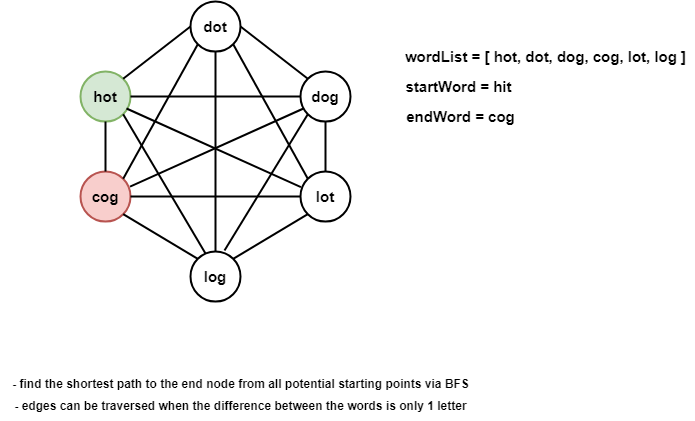
Earlier version of the draw.io export Python3/img/WordLadder.png (ashiven/leetcode-solutions). Source tidied: cells renumbered, new cells last; positions are measured from the earlier drawing's top-left corner, leaving out a move shared by most shapes.
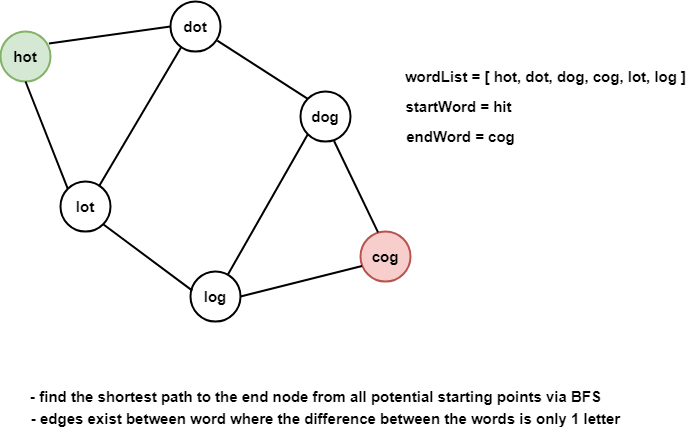
The same file after the commit.

The edit, as a diff of the source:
```diff
@@ -3,66 +3,45 @@
     <mxCell id="0" />
     <mxCell id="1" parent="0" />
     <mxCell id="2" value="hot" style="ellipse;whiteSpace=wrap;html=1;fillColor=#d5e8d4;fontSize=15;fontStyle=1;strokeWidth=2;strokeColor=#82b366;" parent="1" vertex="1">
-      <mxGeometry x="80" y="70" width="50" height="50" as="geometry" />
+      <mxGeometry y="10" width="50" height="50" as="geometry" />
     </mxCell>
     <mxCell id="3" value="dot" style="ellipse;whiteSpace=wrap;html=1;fillColor=none;fontSize=15;fontStyle=1;strokeWidth=2;" parent="1" vertex="1">
-      <mxGeometry x="190" width="50" height="50" as="geometry" />
+      <mxGeometry x="170" y="-20" width="50" height="50" as="geometry" />
     </mxCell>
     <mxCell id="4" value="lot" style="ellipse;whiteSpace=wrap;html=1;fillColor=none;fontSize=15;fontStyle=1;strokeWidth=2;" parent="1" vertex="1">
-      <mxGeometry x="300" y="170" width="50" height="50" as="geometry" />
+      <mxGeometry x="60" y="160" width="50" height="50" as="geometry" />
     </mxCell>
     <mxCell id="5" value="dog" style="ellipse;whiteSpace=wrap;html=1;fillColor=none;fontSize=15;fontStyle=1;strokeWidth=2;" parent="1" vertex="1">
       <mxGeometry x="300" y="70" width="50" height="50" as="geometry" />
     </mxCell>
     <mxCell id="6" value="cog" style="ellipse;whiteSpace=wrap;html=1;fillColor=#f8cecc;fontSize=15;fontStyle=1;strokeWidth=2;strokeColor=#b85450;" parent="1" vertex="1">
-      <mxGeometry x="80" y="170" width="50" height="50" as="geometry" />
+      <mxGeometry x="360" y="210" width="50" height="50" as="geometry" />
     </mxCell>
     <mxCell id="7" value="log" style="ellipse;whiteSpace=wrap;html=1;fillColor=none;fontSize=15;fontStyle=1;strokeWidth=2;" parent="1" vertex="1">
       <mxGeometry x="190" y="250" width="50" height="50" as="geometry" />
     </mxCell>
-    <mxCell id="8" style="endArrow=none;html=1;rounded=0;entryX=0.5;entryY=1;entryDx=0;entryDy=0;exitX=0.5;exitY=0;exitDx=0;exitDy=0;strokeWidth=2;" parent="1" edge="1" source="7" target="3">
-      <mxGeometry relative="1" as="geometry" />
-    </mxCell>
-    <mxCell id="9" style="endArrow=none;html=1;rounded=0;entryX=1;entryY=0.5;entryDx=0;entryDy=0;exitX=0;exitY=0;exitDx=0;exitDy=0;strokeWidth=2;" parent="1" edge="1" source="5" target="3">
+    <mxCell id="9" style="endArrow=none;html=1;rounded=0;entryX=0.936;entryY=0.784;entryDx=0;entryDy=0;exitX=0;exitY=0;exitDx=0;exitDy=0;strokeWidth=2;entryPerimeter=0;" parent="1" edge="1" source="5" target="3">
       <mxGeometry relative="1" as="geometry" />
     </mxCell>
-    <mxCell id="10" style="endArrow=none;html=1;rounded=0;entryX=1;entryY=1;entryDx=0;entryDy=0;exitX=0;exitY=0;exitDx=0;exitDy=0;strokeWidth=2;" parent="1" edge="1" source="4" target="3">
+    <mxCell id="10" style="endArrow=none;html=1;rounded=0;entryX=0.213;entryY=0.913;entryDx=0;entryDy=0;exitX=0.767;exitY=0.1;exitDx=0;exitDy=0;strokeWidth=2;entryPerimeter=0;exitPerimeter=0;" parent="1" edge="1" source="4" target="3">
       <mxGeometry relative="1" as="geometry" />
     </mxCell>
-    <mxCell id="11" style="endArrow=none;html=1;rounded=0;entryX=1;entryY=0;entryDx=0;entryDy=0;exitX=0;exitY=0.5;exitDx=0;exitDy=0;strokeWidth=2;" parent="1" edge="1" source="3" target="2">
+    <mxCell id="11" style="endArrow=none;html=1;rounded=0;entryX=0.968;entryY=0.24;entryDx=0;entryDy=0;exitX=0;exitY=0.5;exitDx=0;exitDy=0;strokeWidth=2;entryPerimeter=0;" parent="1" edge="1" source="3" target="2">
       <mxGeometry relative="1" as="geometry" />
     </mxCell>
-    <mxCell id="12" style="endArrow=none;html=1;rounded=0;entryX=0;entryY=1;entryDx=0;entryDy=0;exitX=1;exitY=0;exitDx=0;exitDy=0;strokeWidth=2;" parent="1" edge="1" source="6" target="3">
-      <mxGeometry relative="1" as="geometry" />
-    </mxCell>
-    <mxCell id="13" style="endArrow=none;html=1;rounded=0;entryX=0.5;entryY=1;entryDx=0;entryDy=0;exitX=0.5;exitY=0;exitDx=0;exitDy=0;strokeWidth=2;" parent="1" edge="1" source="4" target="5">
-      <mxGeometry relative="1" as="geometry" />
-    </mxCell>
-    <mxCell id="14" style="endArrow=none;html=1;rounded=0;entryX=0;entryY=1;entryDx=0;entryDy=0;exitX=1;exitY=0;exitDx=0;exitDy=0;strokeWidth=2;" parent="1" edge="1" source="7" target="4">
+    <mxCell id="14" style="endArrow=none;html=1;rounded=0;entryX=1;entryY=1;entryDx=0;entryDy=0;exitX=0.037;exitY=0.383;exitDx=0;exitDy=0;strokeWidth=2;exitPerimeter=0;" parent="1" edge="1" source="7" target="4">
       <mxGeometry relative="1" as="geometry" />
     </mxCell>
-    <mxCell id="15" style="endArrow=none;html=1;rounded=0;entryX=1;entryY=1;entryDx=0;entryDy=0;exitX=0;exitY=0;exitDx=0;exitDy=0;strokeWidth=2;" parent="1" edge="1" source="7" target="6">
+    <mxCell id="15" style="endArrow=none;html=1;rounded=0;entryX=0.031;entryY=0.691;entryDx=0;entryDy=0;exitX=1;exitY=0.5;exitDx=0;exitDy=0;strokeWidth=2;entryPerimeter=0;" parent="1" edge="1" source="7" target="6">
       <mxGeometry relative="1" as="geometry" />
     </mxCell>
-    <mxCell id="16" style="endArrow=none;html=1;rounded=0;entryX=0.5;entryY=1;entryDx=0;entryDy=0;exitX=0.5;exitY=0;exitDx=0;exitDy=0;strokeWidth=2;" parent="1" edge="1" source="6" target="2">
-      <mxGeometry relative="1" as="geometry" />
-    </mxCell>
-    <mxCell id="17" style="endArrow=none;html=1;rounded=0;entryX=1;entryY=0.5;entryDx=0;entryDy=0;exitX=0;exitY=0.5;exitDx=0;exitDy=0;strokeWidth=2;" parent="1" edge="1" source="5" target="2">
-      <mxGeometry relative="1" as="geometry" />
-    </mxCell>
-    <mxCell id="18" style="endArrow=none;html=1;rounded=0;entryX=0.92;entryY=0.74;entryDx=0;entryDy=0;exitX=0.009;exitY=0.314;exitDx=0;exitDy=0;strokeWidth=2;exitPerimeter=0;entryPerimeter=0;" parent="1" edge="1" source="4" target="2">
+    <mxCell id="18" style="endArrow=none;html=1;rounded=0;entryX=0.5;entryY=1;entryDx=0;entryDy=0;exitX=0;exitY=0;exitDx=0;exitDy=0;strokeWidth=2;" parent="1" edge="1" source="4" target="2">
       <mxGeometry relative="1" as="geometry" />
     </mxCell>
-    <mxCell id="19" style="endArrow=none;html=1;rounded=0;entryX=1;entryY=0.5;entryDx=0;entryDy=0;exitX=0;exitY=0.5;exitDx=0;exitDy=0;strokeWidth=2;" parent="1" edge="1" source="4" target="6">
-      <mxGeometry relative="1" as="geometry" />
-    </mxCell>
-    <mxCell id="20" style="endArrow=none;html=1;rounded=0;entryX=0.991;entryY=0.303;entryDx=0;entryDy=0;exitX=0.06;exitY=0.74;exitDx=0;exitDy=0;strokeWidth=2;entryPerimeter=0;exitPerimeter=0;" parent="1" edge="1" source="5" target="6">
+    <mxCell id="20" style="endArrow=none;html=1;rounded=0;entryX=0.351;entryY=0.017;entryDx=0;entryDy=0;exitX=0.671;exitY=0.989;exitDx=0;exitDy=0;strokeWidth=2;entryPerimeter=0;exitPerimeter=0;" parent="1" edge="1" source="5" target="6">
       <mxGeometry relative="1" as="geometry" />
     </mxCell>
-    <mxCell id="21" style="endArrow=none;html=1;rounded=0;entryX=1;entryY=1;entryDx=0;entryDy=0;exitX=0.3;exitY=0.04;exitDx=0;exitDy=0;strokeWidth=2;exitPerimeter=0;" parent="1" edge="1" source="7" target="2">
-      <mxGeometry relative="1" as="geometry" />
-    </mxCell>
-    <mxCell id="22" style="endArrow=none;html=1;rounded=0;entryX=0;entryY=1;entryDx=0;entryDy=0;exitX=0.68;exitY=-0.02;exitDx=0;exitDy=0;strokeWidth=2;exitPerimeter=0;" parent="1" edge="1" source="7" target="5">
+    <mxCell id="22" style="endArrow=none;html=1;rounded=0;entryX=0;entryY=1;entryDx=0;entryDy=0;exitX=0.746;exitY=0.063;exitDx=0;exitDy=0;strokeWidth=2;exitPerimeter=0;" parent="1" edge="1" source="7" target="5">
       <mxGeometry relative="1" as="geometry" />
     </mxCell>
     <mxCell id="23" value="startWord = hit" style="text;html=1;align=center;verticalAlign=middle;strokeColor=none;fillColor=none;fontSize=15;fontStyle=1;" parent="1" vertex="1">
@@ -71,11 +50,11 @@
     <mxCell id="24" value="endWord = cog" style="text;html=1;align=center;verticalAlign=middle;strokeColor=none;fillColor=none;fontSize=15;fontStyle=1;" parent="1" vertex="1">
       <mxGeometry x="395" y="100" width="130" height="30" as="geometry" />
     </mxCell>
-    <mxCell id="25" value="- find the shortest path to the end node from all potential starting points via BFS" style="text;html=1;align=center;verticalAlign=middle;strokeColor=none;fillColor=none;fontStyle=1;" parent="1" vertex="1">
-      <mxGeometry y="368" width="480" height="30" as="geometry" />
+    <mxCell id="25" value="- find the shortest path to the end node from all potential starting points via BFS" style="text;html=1;align=center;verticalAlign=middle;strokeColor=none;fillColor=none;fontStyle=1;fontSize=15;" parent="1" vertex="1">
+      <mxGeometry x="20" y="360" width="590" height="30" as="geometry" />
     </mxCell>
-    <mxCell id="26" value="- edges can be traversed when the difference between the words is only 1 letter" style="text;html=1;align=center;verticalAlign=middle;strokeColor=none;fillColor=none;fontStyle=1;" parent="1" vertex="1">
-      <mxGeometry y="390" width="480" height="30" as="geometry" />
+    <mxCell id="26" value="- edges exist between word where the difference between the words is only 1 letter" style="text;html=1;align=center;verticalAlign=middle;strokeColor=none;fillColor=none;fontStyle=1;fontSize=15;" parent="1" vertex="1">
+      <mxGeometry x="20" y="382" width="610" height="30" as="geometry" />
     </mxCell>
     <mxCell id="27" value="wordList = [ hot, dot, dog, cog, lot, log ]" style="text;html=1;align=center;verticalAlign=middle;strokeColor=none;fillColor=none;fontSize=15;fontStyle=1;" parent="1" vertex="1">
       <mxGeometry x="395" y="40" width="300" height="30" as="geometry" />
```
